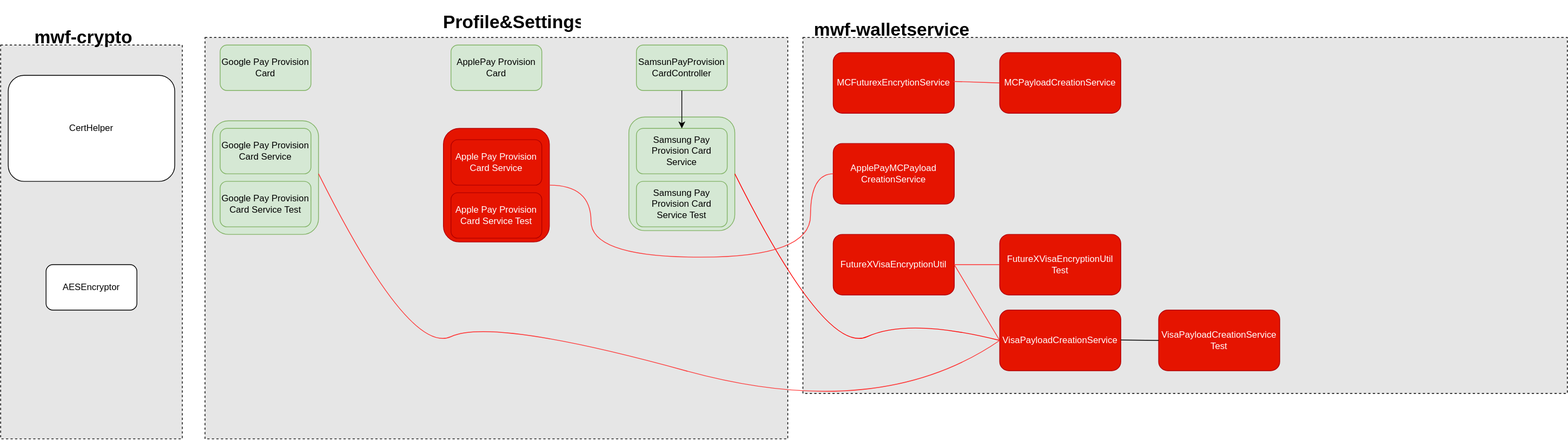
Earlier version of the draw.io export Work Samples/WF/Bouncy_Castle_Dependencies_Removal.drawio.svg (uchiharizvi/design-diagrams). Source tidied: cells renumbered, new cells last; positions are measured from the earlier drawing's top-left corner, leaving out a move shared by most shapes.
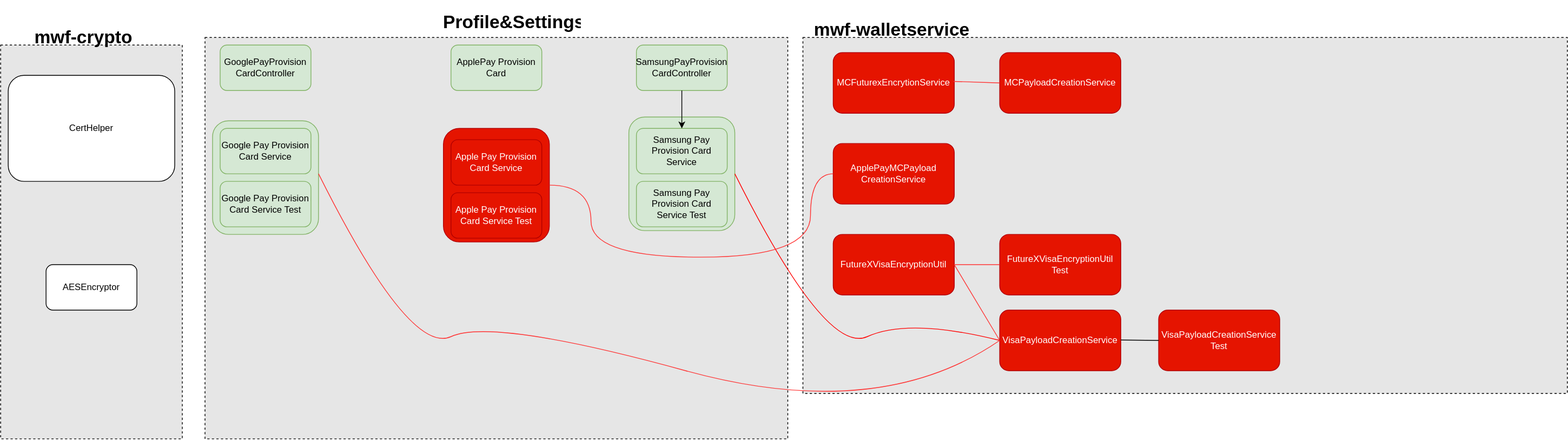
The same diagram one commit later.

What changed in the source:
```diff
@@ -14,10 +14,10 @@
     <mxCell id="5" value="ApplePay Provision Card" style="rounded=1;whiteSpace=wrap;html=1;fillColor=#d5e8d4;strokeColor=#82b366;" parent="1" vertex="1">
       <mxGeometry x="595" y="50" width="120" height="60" as="geometry" />
     </mxCell>
-    <mxCell id="6" value="Google Pay Provision Card" style="rounded=1;whiteSpace=wrap;html=1;fillColor=#d5e8d4;strokeColor=#82b366;" parent="1" vertex="1">
+    <mxCell id="6" value="GooglePayProvision&lt;br style=&quot;border-color: var(--border-color);&quot;&gt;CardController" style="rounded=1;whiteSpace=wrap;html=1;fillColor=#d5e8d4;strokeColor=#82b366;" parent="1" vertex="1">
       <mxGeometry x="290" y="50" width="120" height="60" as="geometry" />
     </mxCell>
-    <mxCell id="7" value="SamsunPayProvision&lt;br&gt;CardController" style="rounded=1;whiteSpace=wrap;html=1;fillColor=#d5e8d4;strokeColor=#82b366;" parent="1" vertex="1">
+    <mxCell id="7" value="SamsungPayProvision&lt;br&gt;CardController" style="rounded=1;whiteSpace=wrap;html=1;fillColor=#d5e8d4;strokeColor=#82b366;" parent="1" vertex="1">
       <mxGeometry x="840" y="50" width="120" height="60" as="geometry" />
     </mxCell>
     <mxCell id="8" style="rounded=0;whiteSpace=wrap;html=1;dashed=1;fillColor=#E6E6E6;" parent="1" vertex="1">
```
